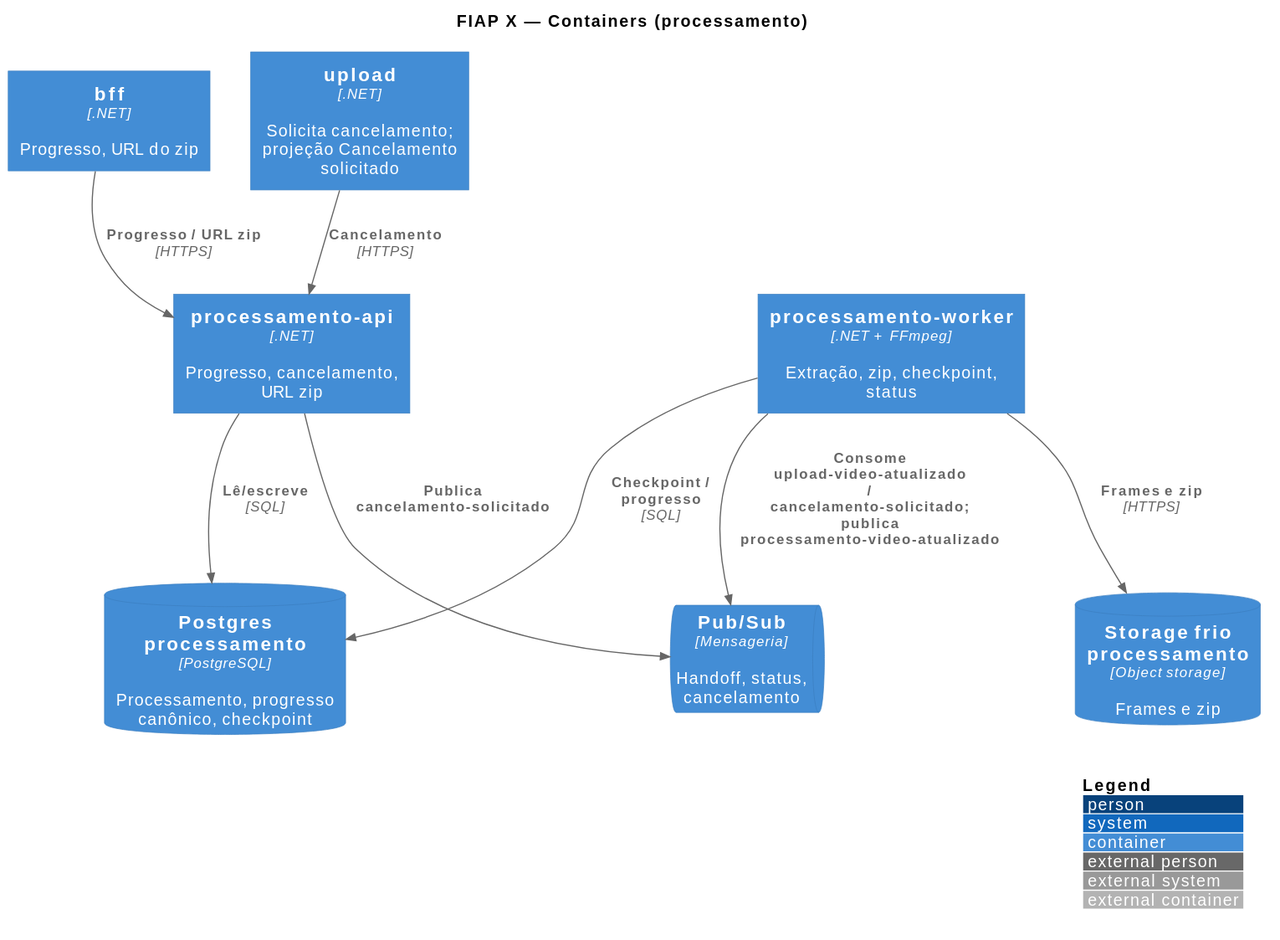
Above: arquitetura/04_containers-processamento.svg in fiap-x-vcosta/docs (PlantUML), before the change.
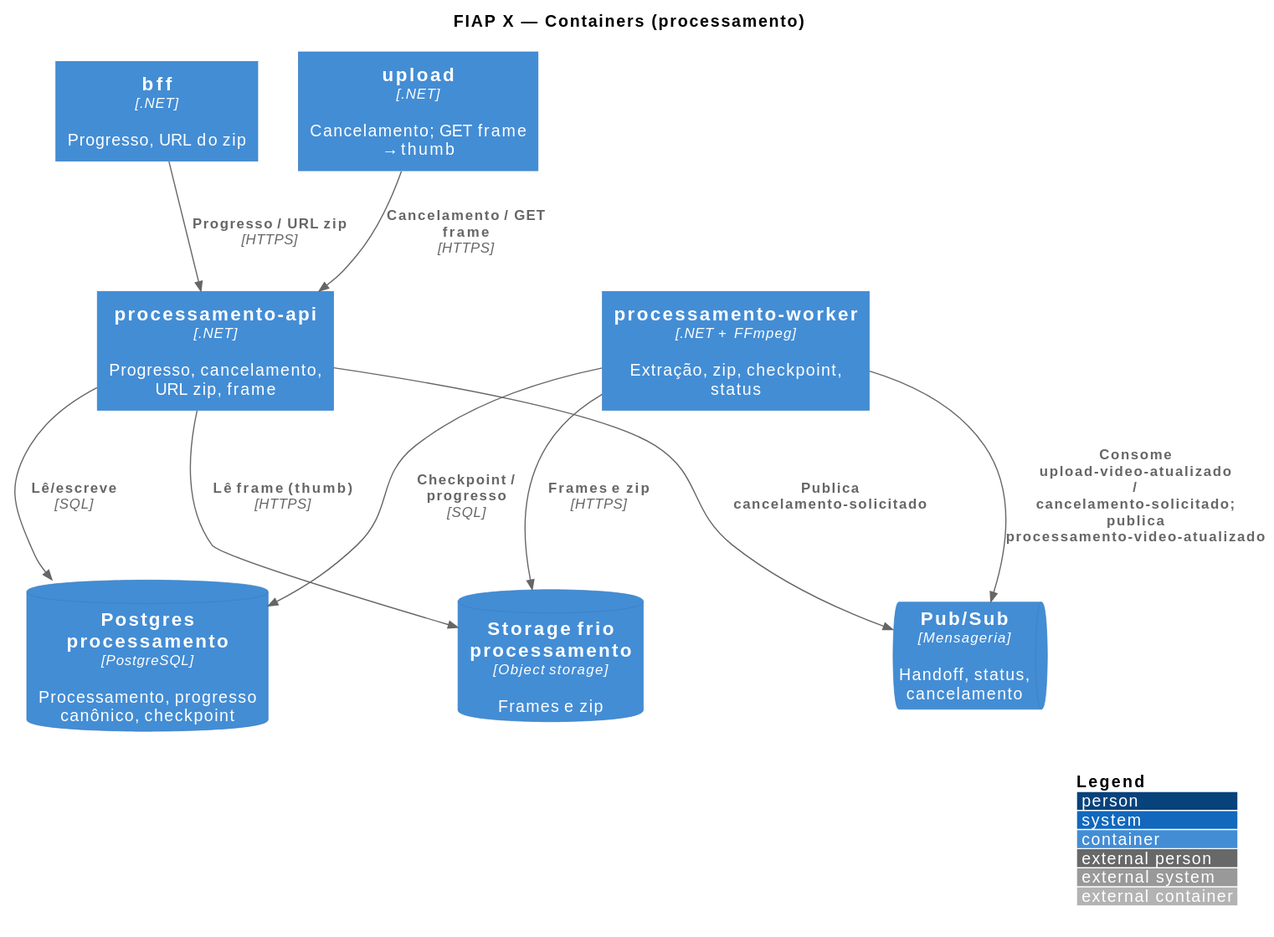
The same diagram one commit later.

Change to the diagram source:
```diff
@@ -7,16 +7,17 @@
 title FIAP X — Containers (processamento)
 
 Container(bff, "bff", ".NET", "Progresso, URL do zip")
-Container(upload, "upload", ".NET", "Solicita cancelamento; projeção Cancelamento solicitado")
-Container(procApi, "processamento-api", ".NET", "Progresso, cancelamento, URL zip")
+Container(upload, "upload", ".NET", "Cancelamento; GET frame → thumb")
+Container(procApi, "processamento-api", ".NET", "Progresso, cancelamento, URL zip, frame")
 Container(procWorker, "processamento-worker", ".NET + FFmpeg", "Extração, zip, checkpoint, status")
 ContainerDb(pgProc, "Postgres processamento", "PostgreSQL", "Processamento, progresso canônico, checkpoint")
 ContainerDb(frioProc, "Storage frio processamento", "Object storage", "Frames e zip")
 ContainerQueue(pubsub, "Pub/Sub", "Mensageria", "Handoff, status, cancelamento")
 
 Rel(bff, procApi, "Progresso / URL zip", "HTTPS")
-Rel(upload, procApi, "Cancelamento", "HTTPS")
+Rel(upload, procApi, "Cancelamento / GET frame", "HTTPS")
 Rel(procApi, pgProc, "Lê/escreve", "SQL")
+Rel(procApi, frioProc, "Lê frame (thumb)", "HTTPS")
 Rel(procApi, pubsub, "Publica cancelamento-solicitado")
 Rel(procWorker, pgProc, "Checkpoint / progresso", "SQL")
 Rel(procWorker, pubsub, "Consome upload-video-atualizado / cancelamento-solicitado; publica processamento-video-atualizado")
```
